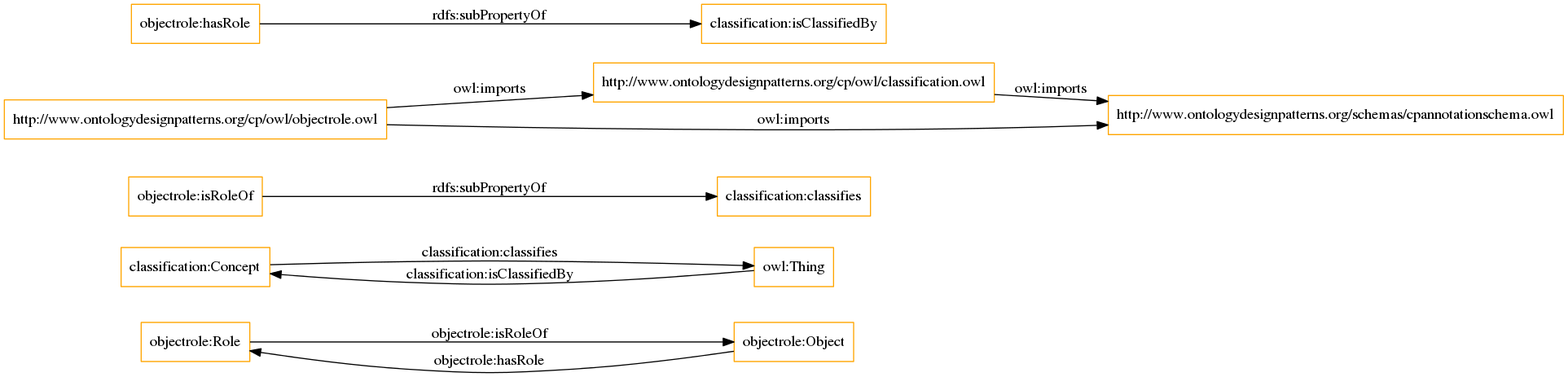
Before: OnToology/RoleAgent.owl/diagrams/ar2dtool-class/RoleAgent.owl.png, a diagram exported from Graphviz (rana-othman/Huam-Affective-States-and-their-influences-Ontology-HASIO). Its source is kept beside it as OnToology/RoleAgent.owl/diagrams/ar2dtool-class/RoleAgent.owl.png.dot.
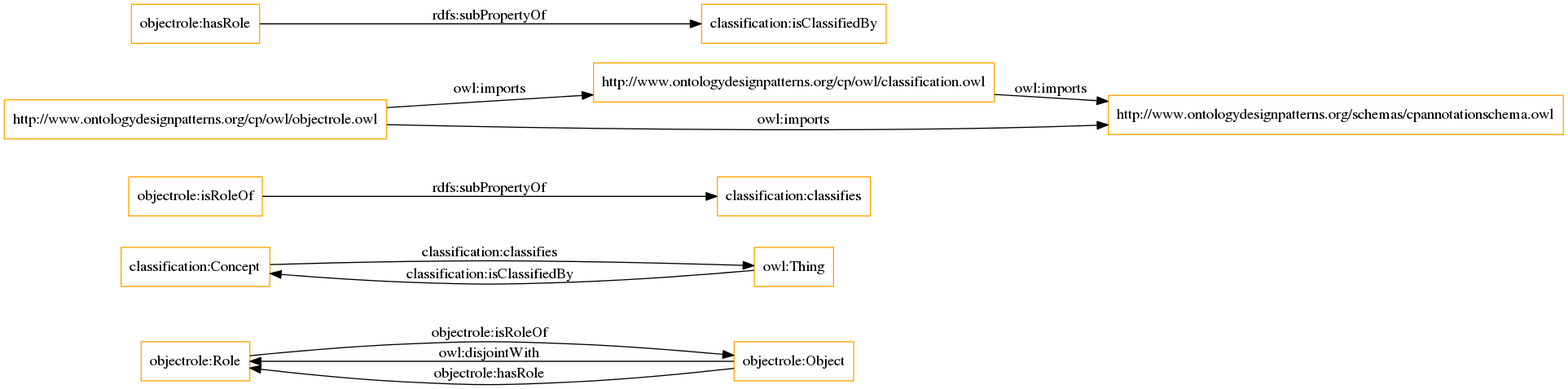
The same file after the commit.

The edit, as a diff of the source:
```diff
@@ -3,6 +3,7 @@
 size="1501"
 node [shape = rectangle, color="orange"]; "objectrole:Role" "objectrole:Object" "classification:Concept" "owl:Thing" ; /*classes style*/
 	"objectrole:isRoleOf" -> "classification:classifies" [ label = "rdfs:subPropertyOf" ];
+	"objectrole:Object" -> "objectrole:Role" [ label = "owl:disjointWith" ];
 	"http://www.ontologydesignpatterns.org/cp/owl/objectrole.owl" -> "http://www.ontologydesignpatterns.org/cp/owl/classification.owl" [ label = "owl:imports" ];
 	"http://www.ontologydesignpatterns.org/cp/owl/objectrole.owl" -> "http://www.ontologydesignpatterns.org/schemas/cpannotationschema.owl" [ label = "owl:imports" ];
 	"objectrole:hasRole" -> "classification:isClassifiedBy" [ label = "rdfs:subPropertyOf" ];
```
